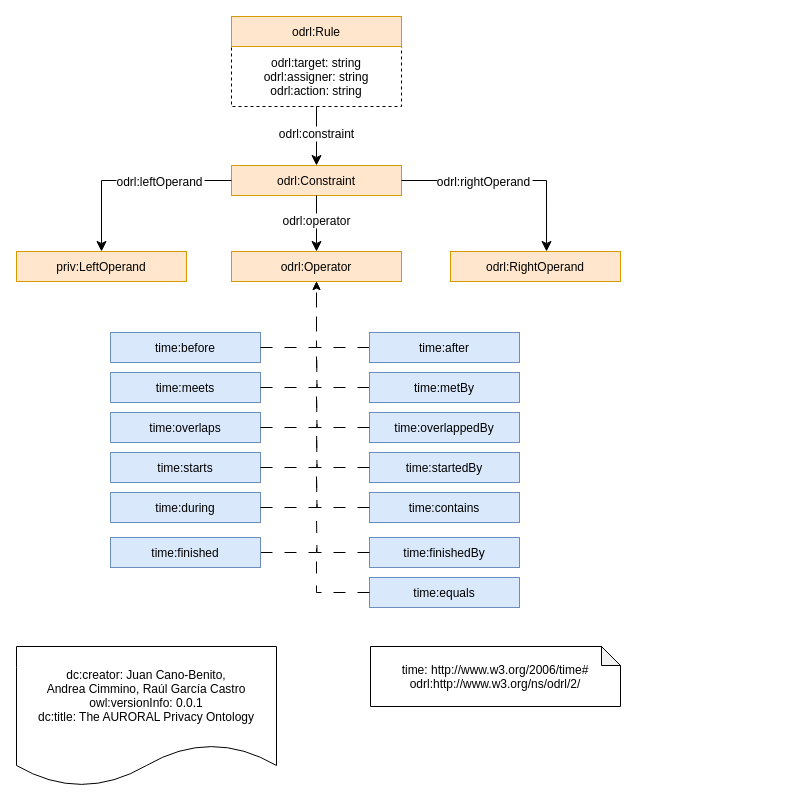
The draw.io diagram Diagrams/priv.drawio in jucanbe/odre-time-extension, before the edit. Source tidied: cells renumbered, new cells numbered last; positions are measured from the earlier drawing's top-left corner, leaving out a move shared by most shapes. Both pictures are drawn from the tidied source at 100%, with x=0, y=0 at pixel (16, 16).
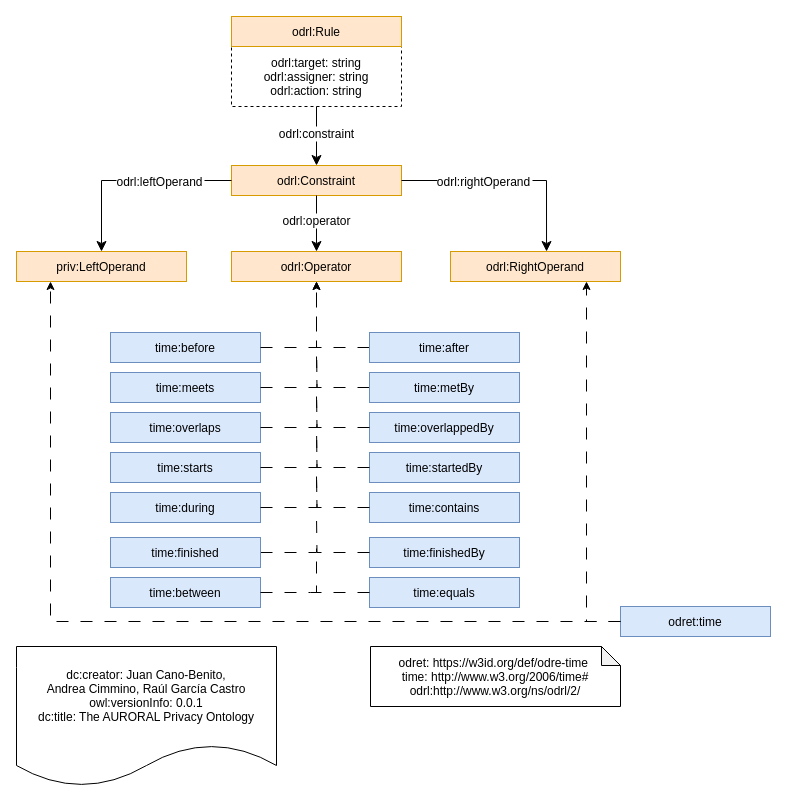
After the change.

Unchanged cells that the change refers to:
```xml
<mxCell id="9" value="priv:LeftOperand" style="rounded=0;snapToPoint=1;points=[[0.1,0],[0.2,0],[0.3,0],[0.4,0],[0.5,0],[0.6,0],[0.7,0],[0.8,0],[0.9,0],[0,0.1],[0,0.3],[0,0.5],[0,0.7],[0,0.9],[0.1,1],[0.2,1],[0.3,1],[0.4,1],[0.5,1],[0.6,1],[0.7,1],[0.8,1],[0.9,1],[1,0.1],[1,0.3],[1,0.5],[1,0.7],[1,0.9]];fillColor=#ffe6cc;strokeColor=#d79b00;" parent="1" vertex="1">
  <mxGeometry y="235" width="170" height="30" as="geometry" />
</mxCell>
<mxCell id="10" value="odrl:RightOperand" style="rounded=0;snapToPoint=1;points=[[0.1,0],[0.2,0],[0.3,0],[0.4,0],[0.5,0],[0.6,0],[0.7,0],[0.8,0],[0.9,0],[0,0.1],[0,0.3],[0,0.5],[0,0.7],[0,0.9],[0.1,1],[0.2,1],[0.3,1],[0.4,1],[0.5,1],[0.6,1],[0.7,1],[0.8,1],[0.9,1],[1,0.1],[1,0.3],[1,0.5],[1,0.7],[1,0.9]];fillColor=#ffe6cc;strokeColor=#d79b00;" parent="1" vertex="1">
  <mxGeometry x="434" y="235" width="170" height="30" as="geometry" />
</mxCell>
```

What changed in the source:
```diff
@@
-    <mxCell id="3" value="time: http://www.w3.org/2006/time#&#10;odrl:http://www.w3.org/ns/odrl/2/" style="shape=note;backgroundOutline=1;darkOpacity=0.05;size=19;" parent="1" vertex="1">
+    <mxCell id="3" value="odret: https://w3id.org/def/odre-time &#10;time: http://www.w3.org/2006/time#&#10;odrl:http://www.w3.org/ns/odrl/2/" style="shape=note;backgroundOutline=1;darkOpacity=0.05;size=19;" parent="1" vertex="1">
       <mxGeometry x="354" y="630" width="250" height="60" as="geometry" />
     </mxCell>
@@
+    <mxCell id="44" value="time:between" style="rounded=0;snapToPoint=1;points=[[0.1,0],[0.2,0],[0.3,0],[0.4,0],[0.5,0],[0.6,0],[0.7,0],[0.8,0],[0.9,0],[0,0.1],[0,0.3],[0,0.5],[0,0.7],[0,0.9],[0.1,1],[0.2,1],[0.3,1],[0.4,1],[0.5,1],[0.6,1],[0.7,1],[0.8,1],[0.9,1],[1,0.1],[1,0.3],[1,0.5],[1,0.7],[1,0.9]];fillColor=#dae8fc;strokeColor=#6c8ebf;" parent="1" vertex="1">
+      <mxGeometry x="94" y="561" width="150" height="30" as="geometry" />
+    </mxCell>
+    <mxCell id="45" style="edgeStyle=orthogonalEdgeStyle;rounded=0;jettySize=auto;html=1;exitX=1;exitY=0.5;exitDx=0;exitDy=0;endArrow=none;endFill=0;dashed=1;dashPattern=12 12;fillColor=#dae8fc;strokeColor=#000000;" parent="1" edge="1" source="44">
+      <mxGeometry relative="1" as="geometry">
+        <mxPoint x="304" y="576" as="targetPoint" />
+        <Array as="points">
+          <mxPoint x="294" y="576" />
+          <mxPoint x="294" y="576" />
+        </Array>
+      </mxGeometry>
+    </mxCell>
+    <mxCell id="46" value="odret:time" style="rounded=0;snapToPoint=1;points=[[0.1,0],[0.2,0],[0.3,0],[0.4,0],[0.5,0],[0.6,0],[0.7,0],[0.8,0],[0.9,0],[0,0.1],[0,0.3],[0,0.5],[0,0.7],[0,0.9],[0.1,1],[0.2,1],[0.3,1],[0.4,1],[0.5,1],[0.6,1],[0.7,1],[0.8,1],[0.9,1],[1,0.1],[1,0.3],[1,0.5],[1,0.7],[1,0.9]];fillColor=#dae8fc;strokeColor=#6c8ebf;" parent="1" vertex="1">
+      <mxGeometry x="604" y="590" width="150" height="30" as="geometry" />
+    </mxCell>
+    <mxCell id="47" style="edgeStyle=orthogonalEdgeStyle;rounded=0;jettySize=auto;html=1;exitX=0;exitY=0.5;exitDx=0;exitDy=0;dashed=1;dashPattern=12 12;entryX=0.8;entryY=1;entryDx=0;entryDy=0;" parent="1" edge="1" source="46" target="10">
+      <mxGeometry relative="1" as="geometry" />
+    </mxCell>
+    <mxCell id="48" style="edgeStyle=orthogonalEdgeStyle;rounded=0;jettySize=auto;html=1;exitX=0;exitY=0.5;exitDx=0;exitDy=0;dashed=1;dashPattern=12 12;entryX=0.2;entryY=1;entryDx=0;entryDy=0;" parent="1" edge="1" source="46" target="9">
+      <mxGeometry relative="1" as="geometry">
+        <Array as="points">
+          <mxPoint x="34" y="605" />
+        </Array>
+      </mxGeometry>
+    </mxCell>
```
